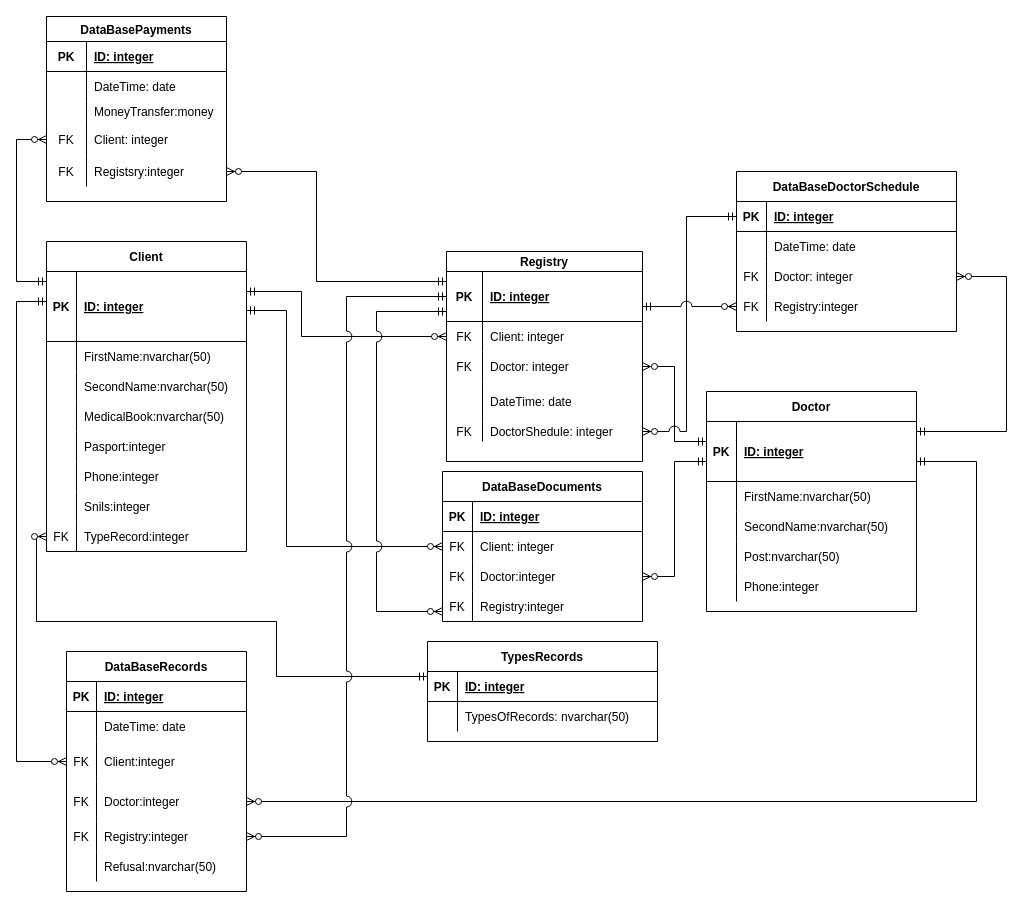
vlvsk/TechnologiiProg keeps this draw.io diagram as page "Страница 3" (3 of 3) of diagram.drawio. Above is the earlier version. Source tidied: cells renumbered, new cells numbered last; positions are measured from the earlier drawing's top-left corner, leaving out a move shared by most shapes. Both pictures are drawn from the tidied source at 100%, with x=0, y=0 at pixel (16, 16).
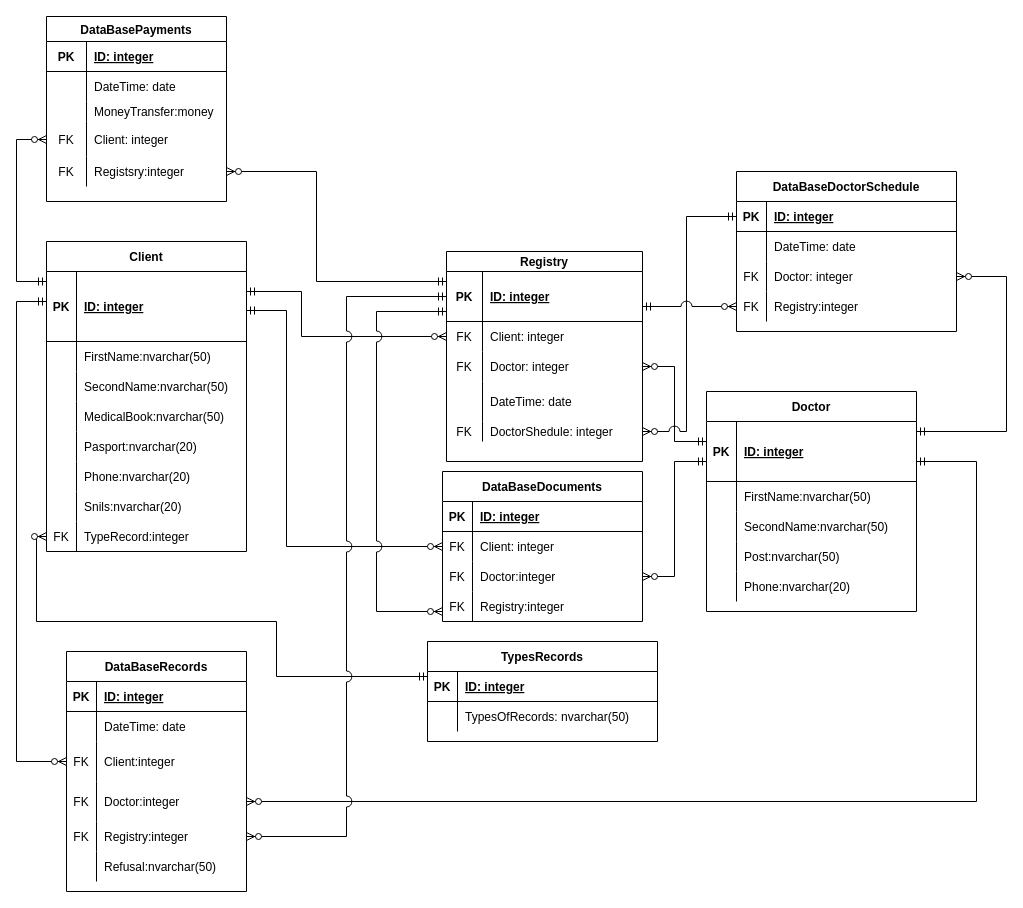
The same diagram, later.

The change refers to these unchanged cells:
```xml
<mxCell id="15" style="shape=partialRectangle;fillColor=none;top=0;left=0;bottom=0;right=0;" parent="2" vertex="1">
  <mxGeometry y="190" width="200" height="30" as="geometry" />
</mxCell>
<mxCell id="18" style="shape=partialRectangle;fillColor=none;top=0;left=0;bottom=0;right=0;" parent="2" vertex="1">
  <mxGeometry y="220" width="200" height="30" as="geometry" />
</mxCell>
<mxCell id="21" style="shape=partialRectangle;fillColor=none;top=0;left=0;bottom=0;right=0;" parent="2" vertex="1">
  <mxGeometry y="250" width="200" height="30" as="geometry" />
</mxCell>
<mxCell id="56" style="shape=partialRectangle;fillColor=none;top=0;left=0;bottom=0;right=0;" parent="43" vertex="1">
  <mxGeometry y="180" width="210" height="30" as="geometry" />
</mxCell>
```

Diff of the diagram source:
```diff
@@
-    <mxCell id="17" value="Pasport:integer" style="shape=partialRectangle;fillColor=none;top=0;left=0;bottom=0;right=0;align=left;spacingLeft=6;overflow=hidden;" parent="15" vertex="1">
+    <mxCell id="17" value="Pasport:nvarchar(20)" style="shape=partialRectangle;fillColor=none;top=0;left=0;bottom=0;right=0;align=left;spacingLeft=6;overflow=hidden;" parent="15" vertex="1">
       <mxGeometry x="30" width="170" height="30" as="geometry" />
     </mxCell>
@@
-    <mxCell id="20" value="Phone:integer" style="shape=partialRectangle;fillColor=none;top=0;left=0;bottom=0;right=0;align=left;spacingLeft=6;overflow=hidden;" parent="18" vertex="1">
+    <mxCell id="20" value="Phone:nvarchar(20)" style="shape=partialRectangle;fillColor=none;top=0;left=0;bottom=0;right=0;align=left;spacingLeft=6;overflow=hidden;" parent="18" vertex="1">
       <mxGeometry x="30" width="170" height="30" as="geometry" />
     </mxCell>
@@
-    <mxCell id="23" value="Snils:integer" style="shape=partialRectangle;fillColor=none;top=0;left=0;bottom=0;right=0;align=left;spacingLeft=6;overflow=hidden;" parent="21" vertex="1">
+    <mxCell id="23" value="Snils:nvarchar(20)" style="shape=partialRectangle;fillColor=none;top=0;left=0;bottom=0;right=0;align=left;spacingLeft=6;overflow=hidden;" parent="21" vertex="1">
       <mxGeometry x="30" width="170" height="30" as="geometry" />
     </mxCell>
@@
-    <mxCell id="58" value="Phone:integer" style="shape=partialRectangle;fillColor=none;top=0;left=0;bottom=0;right=0;align=left;spacingLeft=6;overflow=hidden;" parent="56" vertex="1">
+    <mxCell id="58" value="Phone:nvarchar(20)" style="shape=partialRectangle;fillColor=none;top=0;left=0;bottom=0;right=0;align=left;spacingLeft=6;overflow=hidden;" parent="56" vertex="1">
       <mxGeometry x="30" width="180" height="30" as="geometry" />
     </mxCell>
```
